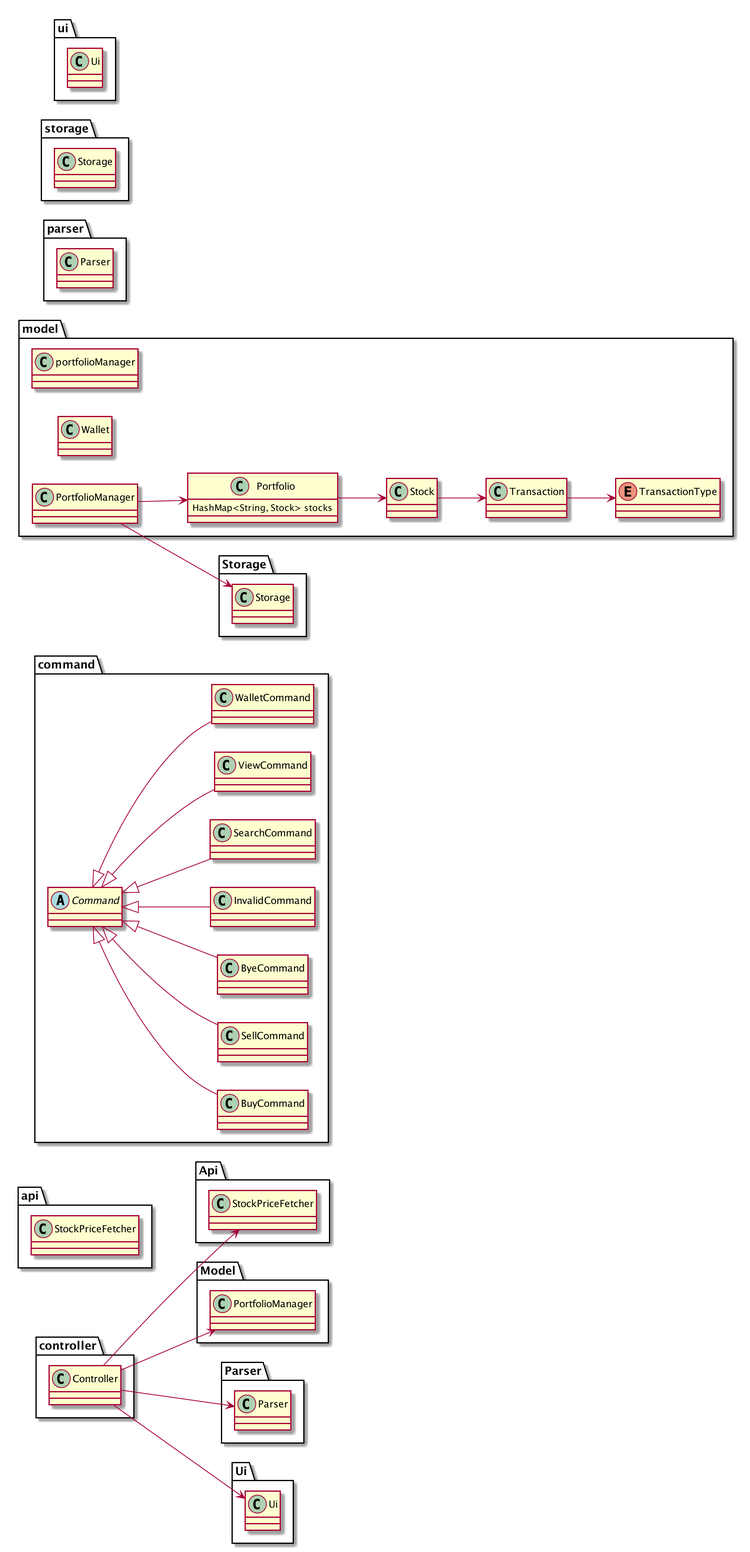
Above: docs/diagrams/Packages.png in nus-cs2113-AY2021S1/tp (PlantUML), before the change. Source of this version:
```plantuml
@startuml
left to right direction

package controller {
class Controller

Controller --> Api.StockPriceFetcher
Controller --> Model.PortfolioManager
Controller --> Parser.Parser
Controller --> Ui.Ui
}

package api {
class StockPriceFetcher
}

package command {
abstract class Command
class BuyCommand extends Command
class SellCommand extends Command
class ByeCommand extends Command
class InvalidCommand extends Command
class SearchCommand extends Command
class ViewCommand extends Command
class WalletCommand extends Command
}

package model {
class Portfolio {
HashMap<String, Stock> stocks
}
class portfolioManager
class Stock
class Transaction
enum TransactionType
class Wallet

PortfolioManager --> Portfolio
PortfolioManager --> Storage.Storage
Portfolio --> Stock
Stock --> Transaction
Transaction --> TransactionType
}

package parser {
class Parser
}

package storage {
class Storage
}

package ui {
class Ui
}
@enduml
```
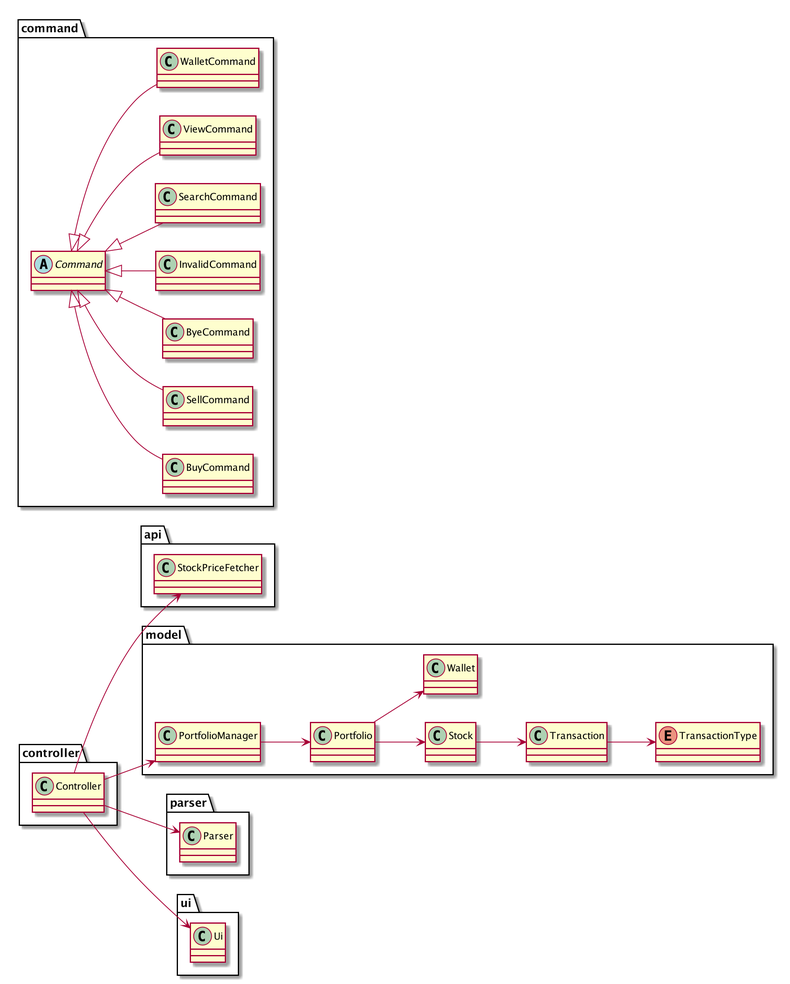
Above is the later version.

What changed in the source:
```diff
@@ -4,14 +4,10 @@
 package controller {
 class Controller
 
-Controller --> Api.StockPriceFetcher
-Controller --> Model.PortfolioManager
-Controller --> Parser.Parser
-Controller --> Ui.Ui
-}
-
-package api {
-class StockPriceFetcher
+Controller --> api.StockPriceFetcher
+Controller --> model.PortfolioManager
+Controller --> parser.Parser
+Controller --> ui.Ui
 }
 
 package command {
@@ -26,31 +22,18 @@
 }
 
 package model {
-class Portfolio {
-HashMap<String, Stock> stocks
-}
-class portfolioManager
+class Portfolio
+class PortfolioManager
 class Stock
 class Transaction
 enum TransactionType
 class Wallet
 
 PortfolioManager --> Portfolio
-PortfolioManager --> Storage.Storage
 Portfolio --> Stock
+Portfolio --> Wallet
 Stock --> Transaction
 Transaction --> TransactionType
 }
 
-package parser {
-class Parser
-}
-
-package storage {
-class Storage
-}
-
-package ui {
-class Ui
-}
 @enduml
```
